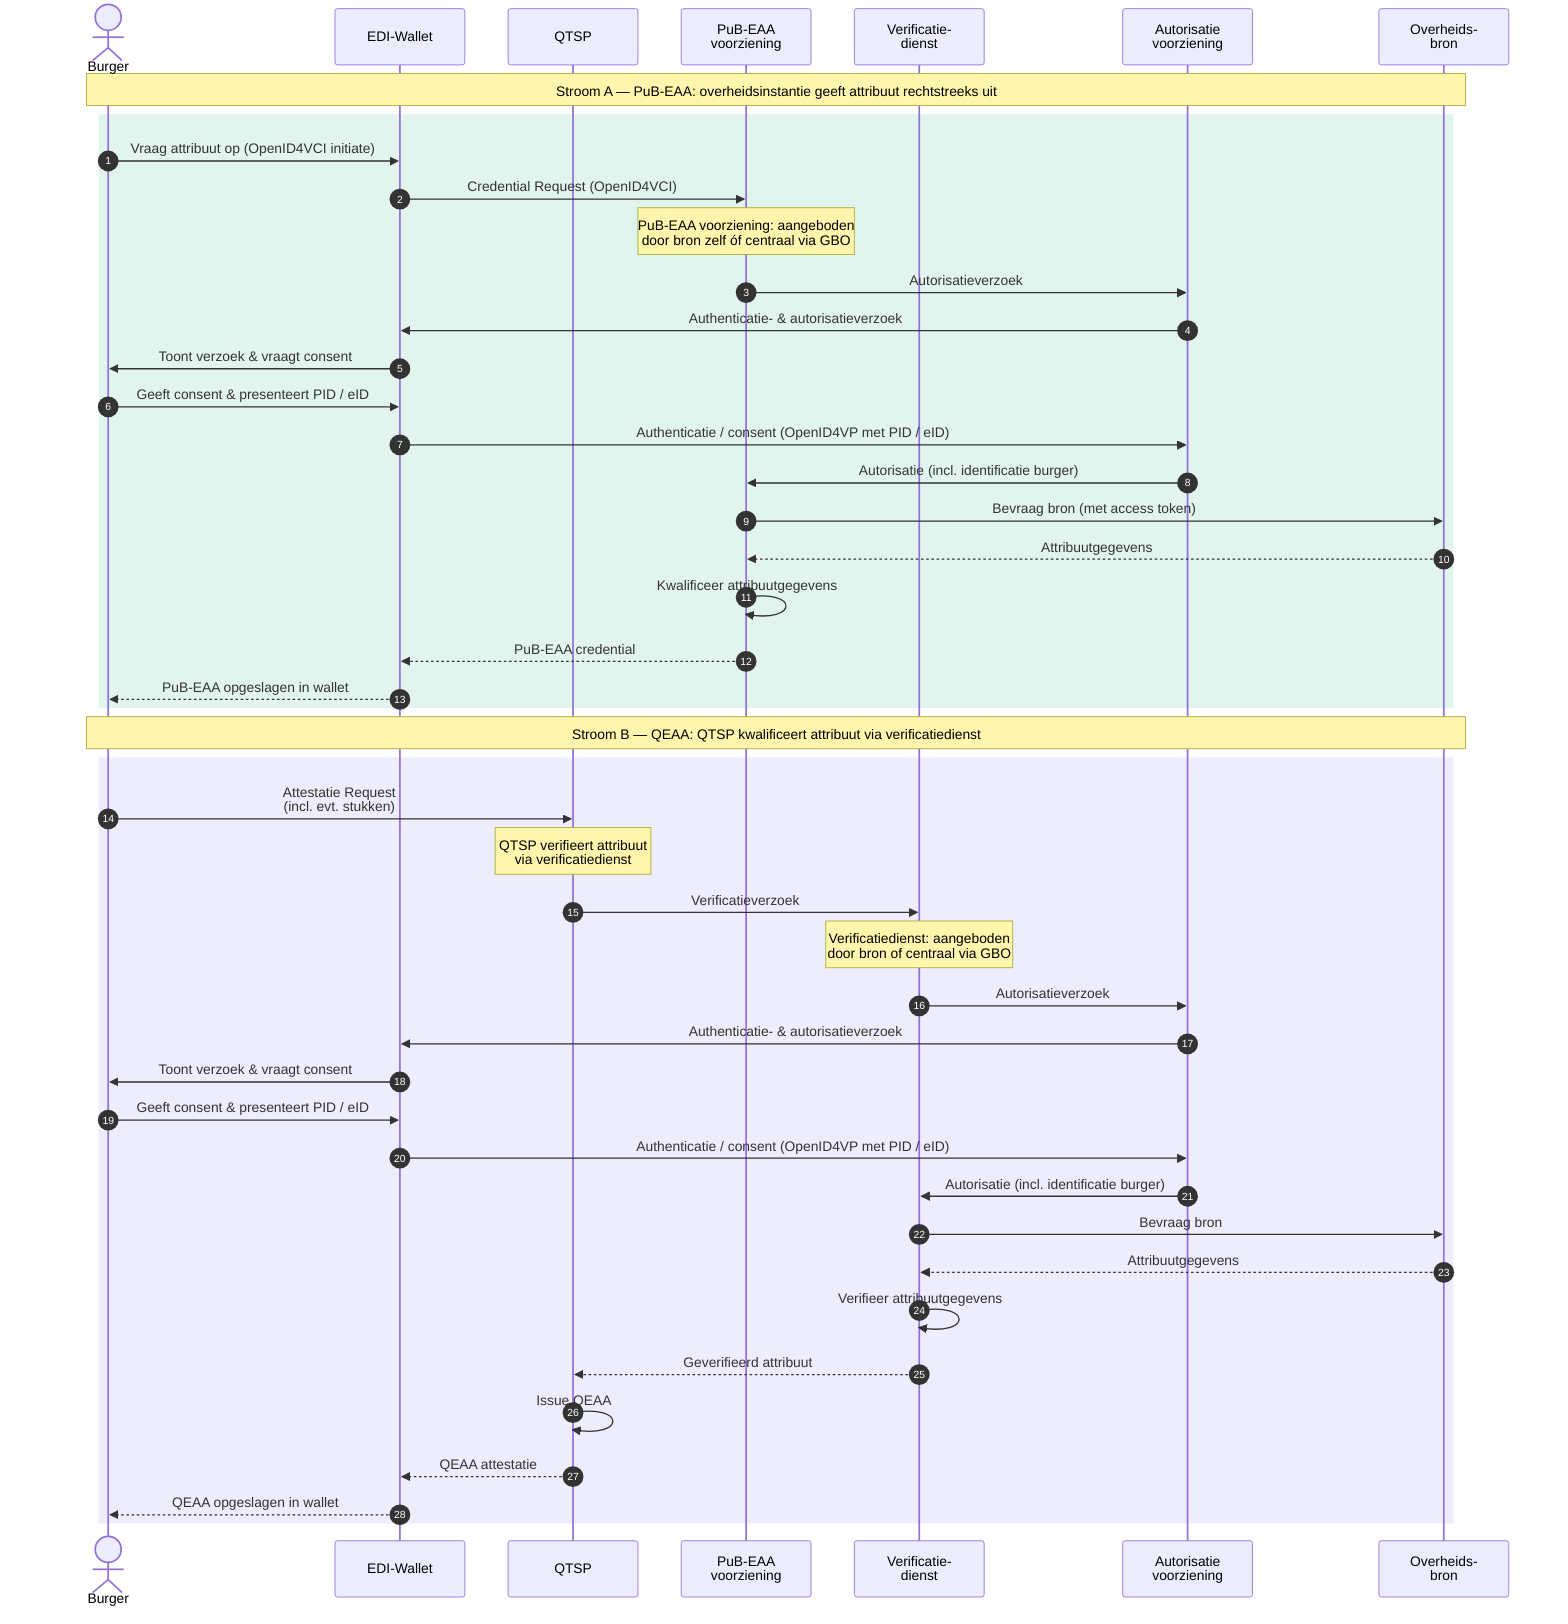
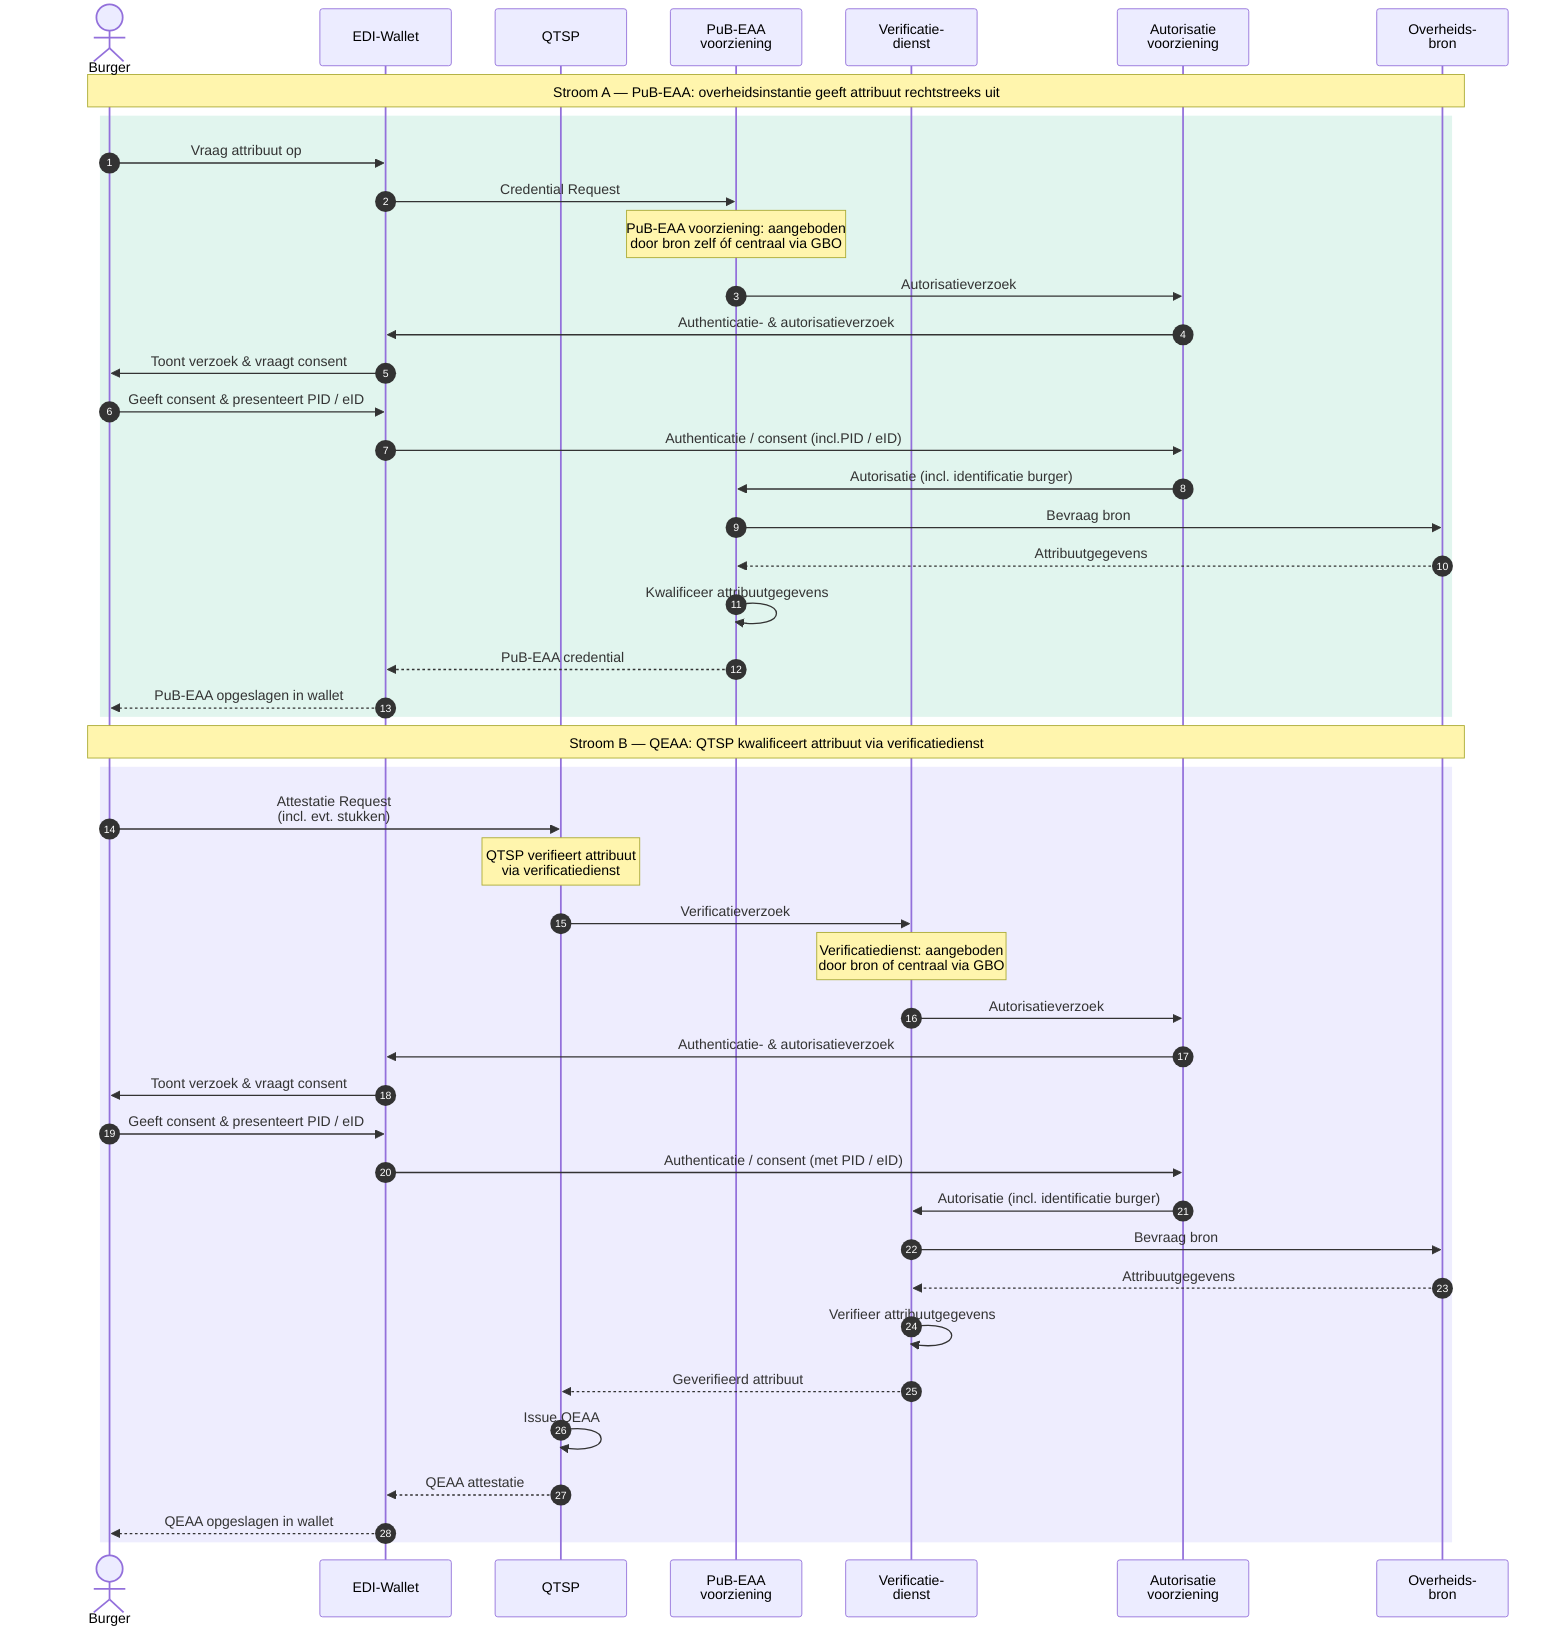
sequenceDiagram
    autonumber
    actor Burger
    participant Wallet as EDI-Wallet
    participant QTSP as QTSP
    participant PubEAA as PuB-EAA<br/>voorziening
    participant VerifDienst as Verificatie-<br/>dienst
    participant Auth as Autorisatie<br/>voorziening
    participant Bron as Overheids-<br/>bron

    Note over Burger,Bron: Stroom A — PuB-EAA: overheidsinstantie geeft attribuut rechtstreeks uit

    rect rgb(225, 245, 238)
-         Burger->>Wallet: Vraag attribuut op (OpenID4VCI initiate)
-         Wallet->>PubEAA: Credential Request (OpenID4VCI)
+         Burger->>Wallet: Vraag attribuut op
+         Wallet->>PubEAA: Credential Request
        Note over PubEAA: PuB-EAA voorziening: aangeboden<br/>door bron zelf óf centraal via GBO
        PubEAA->>Auth: Autorisatieverzoek
        Auth->>Wallet: Authenticatie- & autorisatieverzoek
        Wallet->>Burger: Toont verzoek & vraagt consent
        Burger->>Wallet: Geeft consent & presenteert PID / eID
-         Wallet->>Auth: Authenticatie / consent (OpenID4VP met PID / eID)
+         Wallet->>Auth: Authenticatie / consent (incl.PID / eID)
        Auth->>PubEAA: Autorisatie (incl. identificatie burger)
-         PubEAA->>Bron: Bevraag bron (met access token)
+         PubEAA->>Bron: Bevraag bron
        Bron-->>PubEAA: Attribuutgegevens
        PubEAA->>PubEAA: Kwalificeer attribuutgegevens
        PubEAA-->>Wallet: PuB-EAA credential
        Wallet-->>Burger: PuB-EAA opgeslagen in wallet
    end

    Note over Burger,Bron: Stroom B — QEAA: QTSP kwalificeert attribuut via verificatiedienst

    rect rgb(238, 237, 254)
        Burger->>QTSP: Attestatie Request<br />(incl. evt. stukken)
        Note over QTSP: QTSP verifieert attribuut<br/>via verificatiedienst
        QTSP->>VerifDienst: Verificatieverzoek
        Note over VerifDienst: Verificatiedienst: aangeboden<br/>door bron of centraal via GBO
        VerifDienst->>Auth: Autorisatieverzoek
        Auth->>Wallet: Authenticatie- & autorisatieverzoek
        Wallet->>Burger: Toont verzoek & vraagt consent
        Burger->>Wallet: Geeft consent & presenteert PID / eID
-         Wallet->>Auth: Authenticatie / consent (OpenID4VP met PID / eID)
+         Wallet->>Auth: Authenticatie / consent (met PID / eID)
        Auth->>VerifDienst: Autorisatie (incl. identificatie burger)
        VerifDienst->>Bron: Bevraag bron
        Bron-->>VerifDienst: Attribuutgegevens
        VerifDienst->>VerifDienst: Verifieer attribuutgegevens
        VerifDienst-->>QTSP: Geverifieerd attribuut
        QTSP->>QTSP: Issue QEAA
        QTSP-->>Wallet: QEAA attestatie
        Wallet-->>Burger: QEAA opgeslagen in wallet
    end
